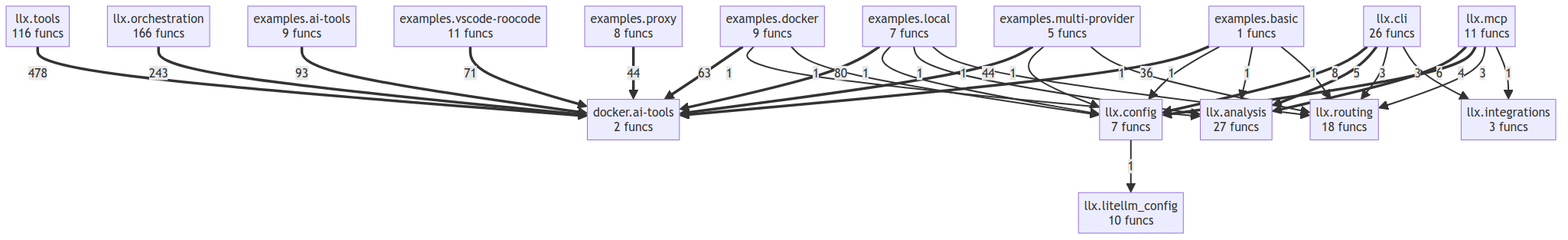
Before: project/compact_flow.png, a diagram exported from Mermaid (semcod/llx). Its source is kept beside it as project/compact_flow.mmd.
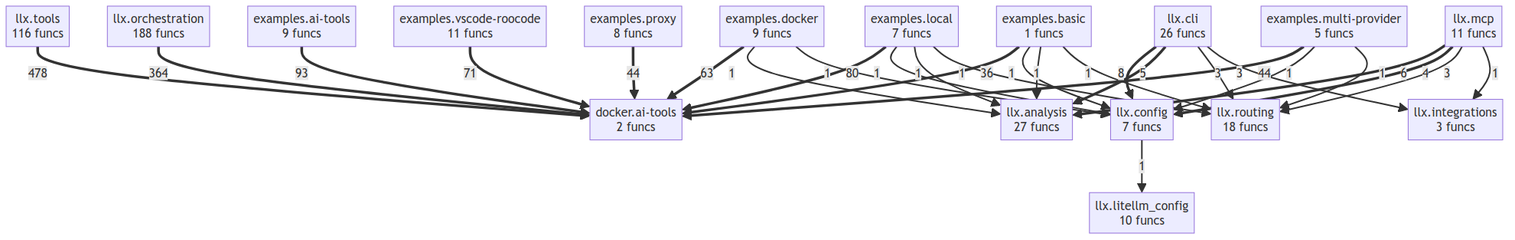
The same diagram one commit later.

What changed in the source:
```diff
@@ -13,11 +13,11 @@
     llx_integrations["llx.integrations<br/>3 funcs"]
     llx_litellm_config["llx.litellm_config<br/>10 funcs"]
     llx_mcp["llx.mcp<br/>11 funcs"]
-    llx_orchestration["llx.orchestration<br/>166 funcs"]
+    llx_orchestration["llx.orchestration<br/>188 funcs"]
     llx_routing["llx.routing<br/>18 funcs"]
     llx_tools["llx.tools<br/>116 funcs"]
     llx_tools ==>|478| docker_ai_tools
-    llx_orchestration ==>|243| docker_ai_tools
+    llx_orchestration ==>|364| docker_ai_tools
     examples_ai_tools ==>|93| docker_ai_tools
     examples_local ==>|80| docker_ai_tools
     examples_vscode_roocode ==>|71| docker_ai_tools
@@ -36,11 +36,11 @@
     llx_mcp -->|1| llx_integrations
     examples_docker -->|1| llx_analysis
     examples_docker -->|1| llx_config
-    examples_multi_provider -->|1| llx_config
-    examples_multi_provider -->|1| llx_routing
     examples_local -->|1| llx_config
     examples_local -->|1| llx_analysis
     examples_local -->|1| llx_routing
+    examples_multi_provider -->|1| llx_config
+    examples_multi_provider -->|1| llx_routing
     examples_basic -->|1| llx_config
     examples_basic -->|1| llx_analysis
     examples_basic -->|1| llx_routing
```
